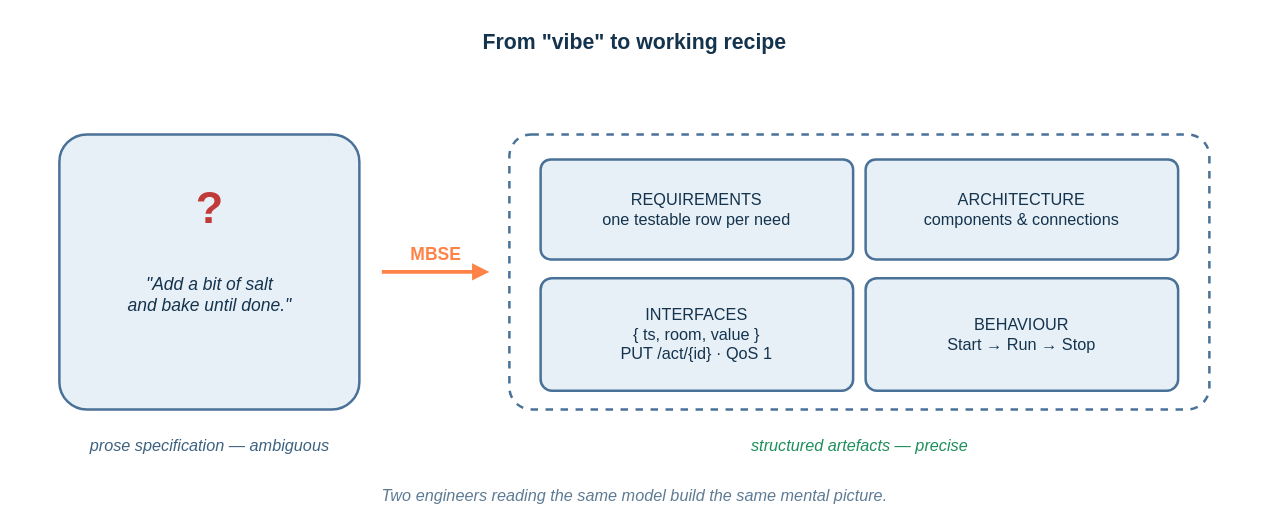
Earlier version of the draw.io diagram course-notes/diagrams/course-notes1-fig03.drawio (eislab-cps/D7065E). Source tidied: cells renumbered, new cells numbered last; positions are measured from the earlier drawing's top-left corner, leaving out a move shared by most shapes. Both pictures are drawn from the tidied source at 125%, with x=0, y=0 at pixel (21, 21).
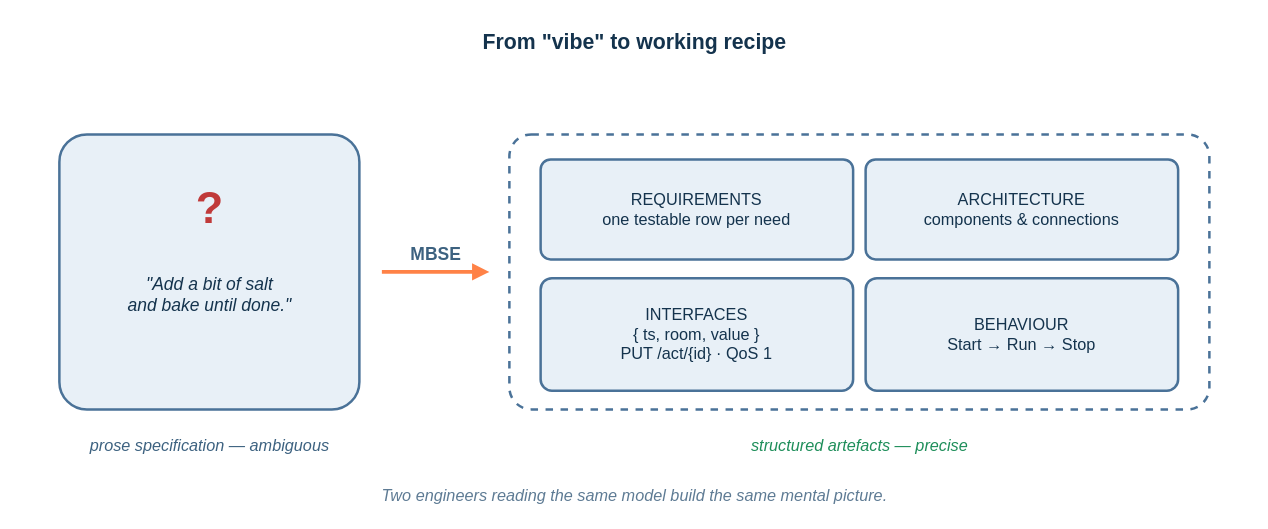
The same page after the edit.

Change to the diagram source:
```diff
@@
 <mxGraphModel background="#FFFFFF">
   <root>
     <mxCell id="0" />
     <mxCell id="1" parent="0" />
     <mxCell id="2" value="From &quot;vibe&quot; to working recipe" style="text;html=1;align=center;fontColor=#14334D;fontSize=17;fontStyle=1;fontFamily=Helvetica;" parent="1" vertex="1">
       <mxGeometry width="980" height="30" as="geometry" />
     </mxCell>
     <mxCell id="3" style="rounded=1;whiteSpace=wrap;html=1;fillColor=#E8F0F7;strokeColor=#4A7298;strokeWidth=2;fontColor=#14334D;fontFamily=Helvetica;arcSize=10;" parent="1" vertex="1">
       <mxGeometry x="30" y="90" width="240" height="220" as="geometry" />
     </mxCell>
     <mxCell id="4" value="?" style="text;html=1;align=center;fontColor=#C03A3A;fontSize=36;fontStyle=1;fontFamily=Helvetica;" parent="1" vertex="1">
       <mxGeometry x="30" y="120" width="240" height="50" as="geometry" />
     </mxCell>
     <mxCell id="5" value="&quot;Add a bit of salt&#10;and bake until done.&quot;" style="text;html=1;align=center;fontColor=#14334D;fontSize=14;fontStyle=2;fontFamily=Helvetica;" parent="1" vertex="1">
       <mxGeometry x="40" y="195" width="220" height="50" as="geometry" />
     </mxCell>
     <mxCell id="6" value="prose specification — ambiguous" style="text;html=1;align=center;fontColor=#3D6280;fontSize=13;fontStyle=2;fontFamily=Helvetica;" parent="1" vertex="1">
       <mxGeometry x="10" y="325" width="280" height="20" as="geometry" />
     </mxCell>
-    <mxCell id="7" value="MBSE" style="endArrow=block;html=1;strokeColor=#FF8247;strokeWidth=3;fontColor=#FF8247;fontSize=14;fontStyle=1;fontFamily=Helvetica;labelBackgroundColor=none;" parent="1" edge="1">
+    <mxCell id="7" value="MBSE" style="endArrow=block;html=1;strokeColor=#FF8247;strokeWidth=3;fontColor=#3D6280;fontSize=14;fontStyle=1;fontFamily=Helvetica;labelBackgroundColor=none;" parent="1" edge="1">
       <mxGeometry relative="1" as="geometry">
         <mxPoint x="288" y="200" as="sourcePoint" />
         <mxPoint x="374" y="200" as="targetPoint" />
         <mxPoint y="-14" as="offset" />
       </mxGeometry>
     </mxCell>
     <mxCell id="8" style="rounded=1;whiteSpace=wrap;html=1;fillColor=none;strokeColor=#4A7298;dashed=1;strokeWidth=2;fontColor=#3D6280;arcSize=8;" parent="1" vertex="1">
       <mxGeometry x="390" y="90" width="560" height="220" as="geometry" />
     </mxCell>
     <mxCell id="9" value="REQUIREMENTS&#10;one testable row per need" style="rounded=1;whiteSpace=wrap;html=1;fillColor=#E8F0F7;strokeColor=#4A7298;strokeWidth=2;fontColor=#14334D;fontFamily=Helvetica;arcSize=10;fontSize=13;" parent="1" vertex="1">
       <mxGeometry x="415" y="110" width="250" height="80" as="geometry" />
     </mxCell>
     <mxCell id="10" value="ARCHITECTURE&#10;components &amp; connections" style="rounded=1;whiteSpace=wrap;html=1;fillColor=#E8F0F7;strokeColor=#4A7298;strokeWidth=2;fontColor=#14334D;fontFamily=Helvetica;arcSize=10;fontSize=13;" parent="1" vertex="1">
       <mxGeometry x="675" y="110" width="250" height="80" as="geometry" />
     </mxCell>
     <mxCell id="11" value="INTERFACES&#10;{ ts, room, value }&#10;PUT /act/{id} · QoS 1" style="rounded=1;whiteSpace=wrap;html=1;fillColor=#E8F0F7;strokeColor=#4A7298;strokeWidth=2;fontColor=#14334D;fontFamily=Helvetica;arcSize=10;fontSize=13;" parent="1" vertex="1">
       <mxGeometry x="415" y="205" width="250" height="90" as="geometry" />
     </mxCell>
     <mxCell id="12" value="BEHAVIOUR&#10;Start → Run → Stop" style="rounded=1;whiteSpace=wrap;html=1;fillColor=#E8F0F7;strokeColor=#4A7298;strokeWidth=2;fontColor=#14334D;fontFamily=Helvetica;arcSize=10;fontSize=13;" parent="1" vertex="1">
       <mxGeometry x="675" y="205" width="250" height="90" as="geometry" />
     </mxCell>
     <mxCell id="13" value="structured artefacts — precise" style="text;html=1;align=center;fontColor=#1E8E5A;fontSize=13;fontStyle=2;fontFamily=Helvetica;" parent="1" vertex="1">
       <mxGeometry x="530" y="325" width="280" height="20" as="geometry" />
     </mxCell>
     <mxCell id="14" value="Two engineers reading the same model build the same mental picture." style="text;html=1;align=center;fontColor=#5E7B94;fontSize=13;fontStyle=2;fontFamily=Helvetica;" parent="1" vertex="1">
       <mxGeometry x="190" y="365" width="600" height="24" as="geometry" />
     </mxCell>
   </root>
 </mxGraphModel>
```
